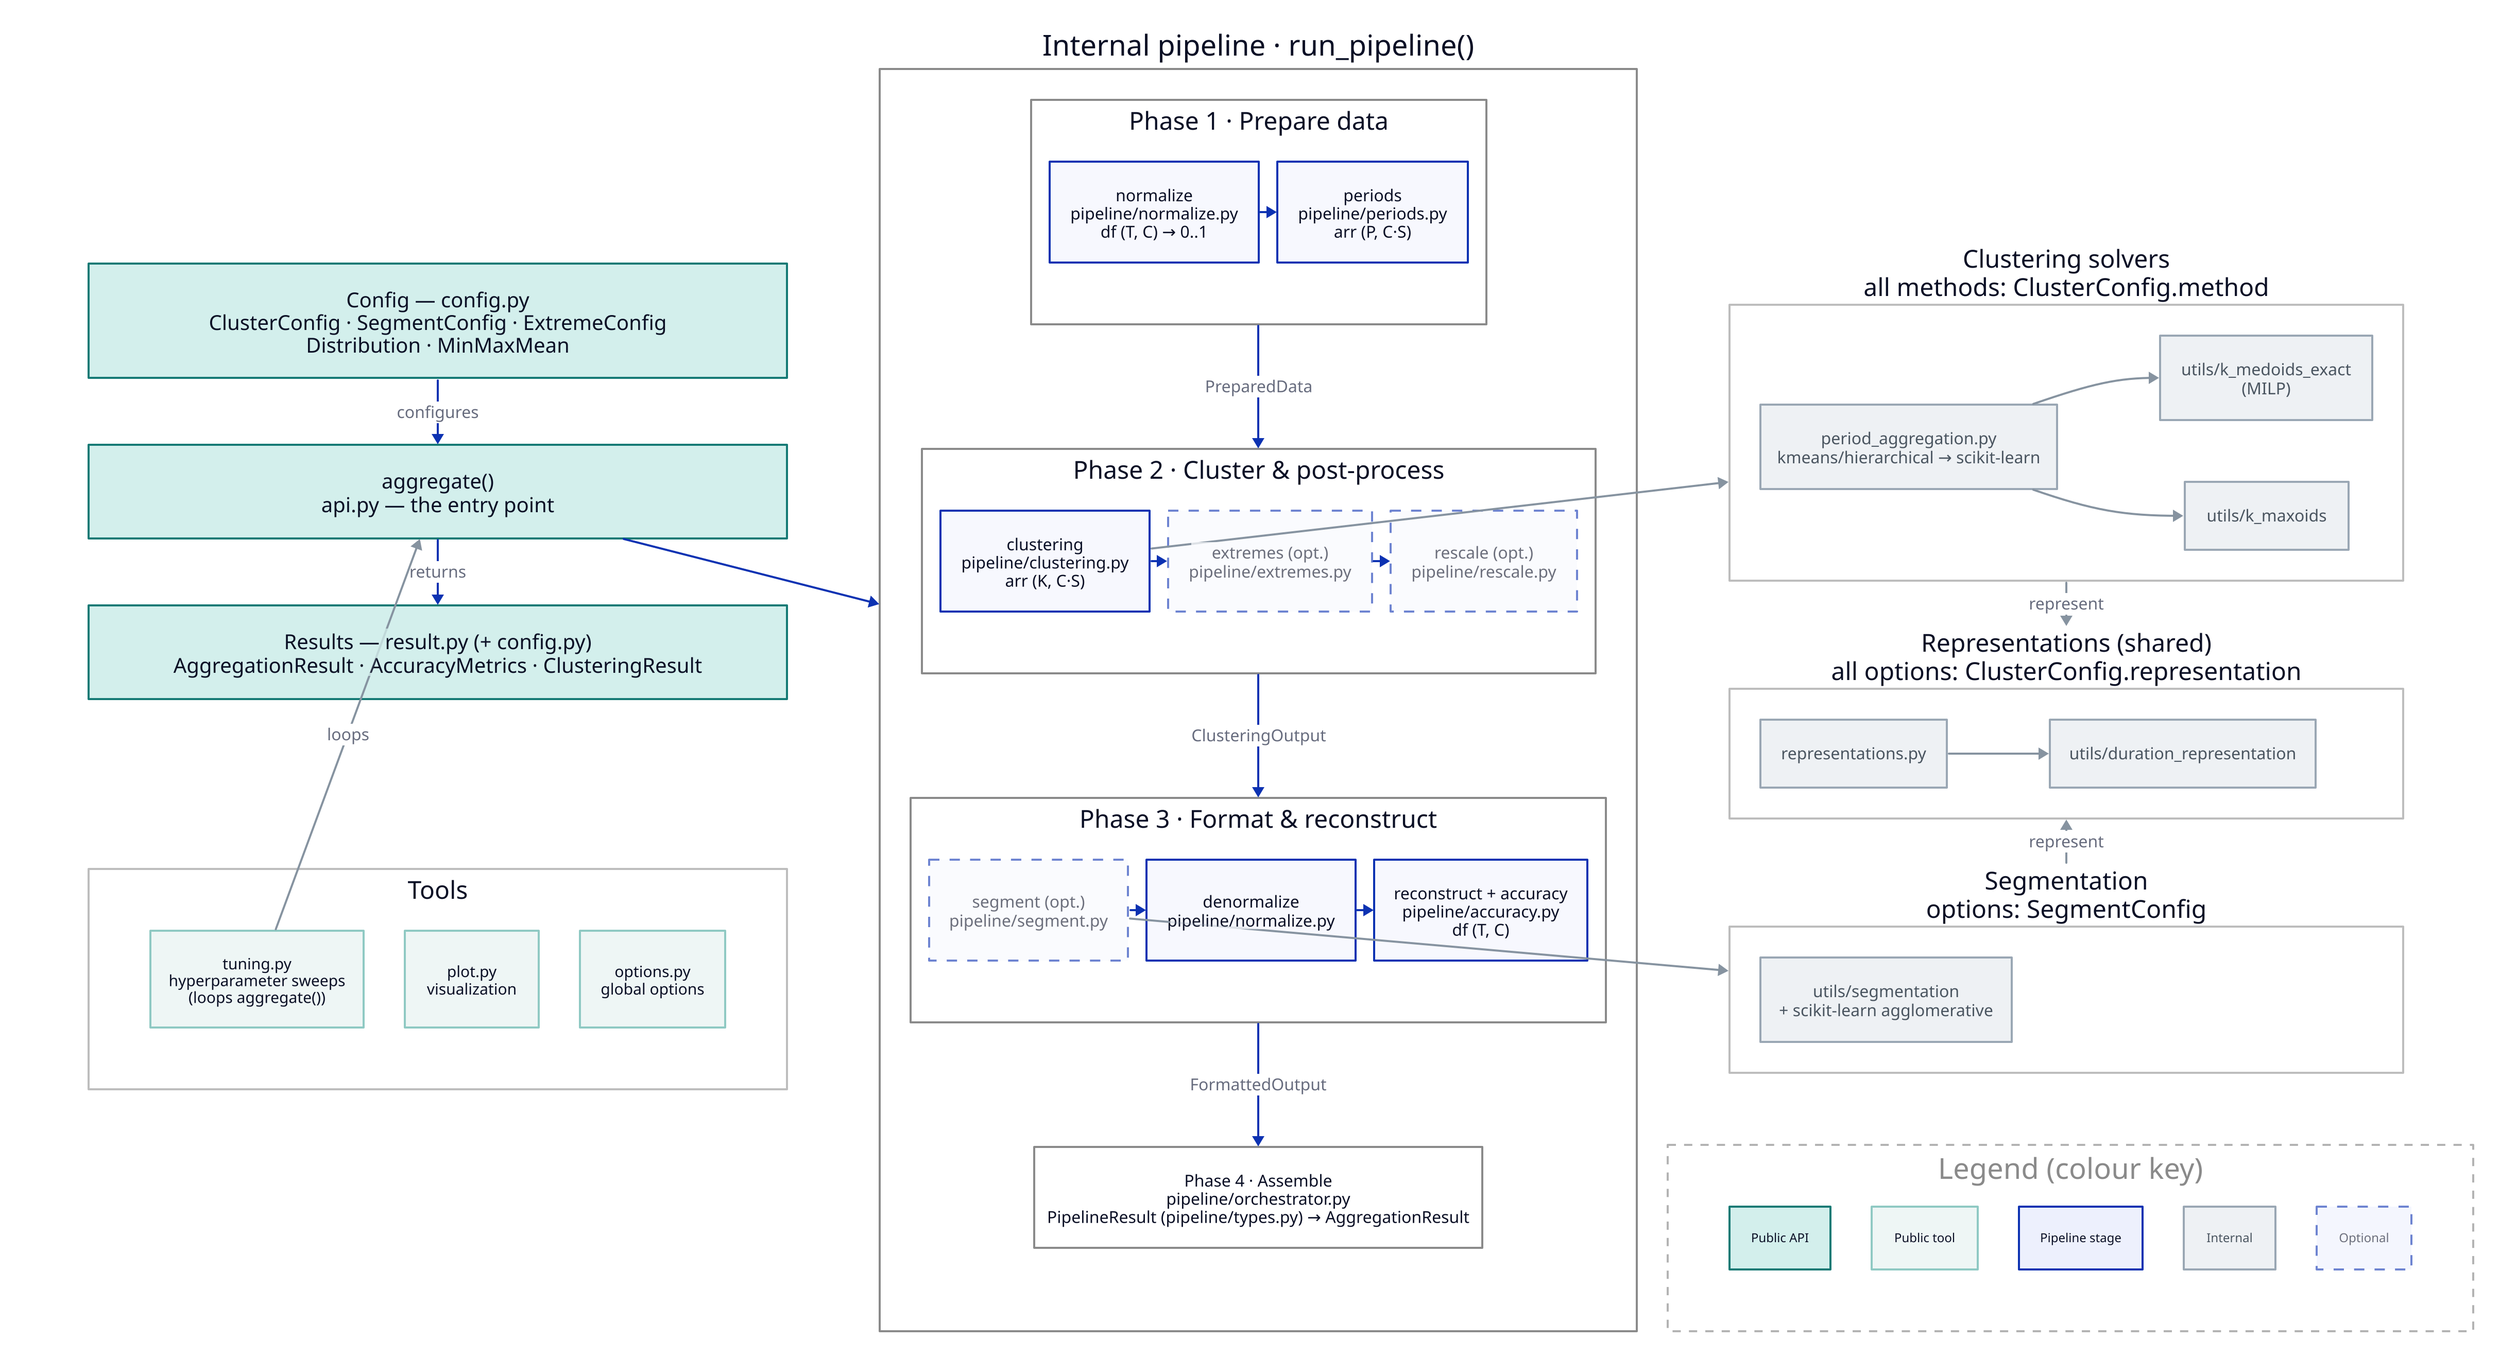
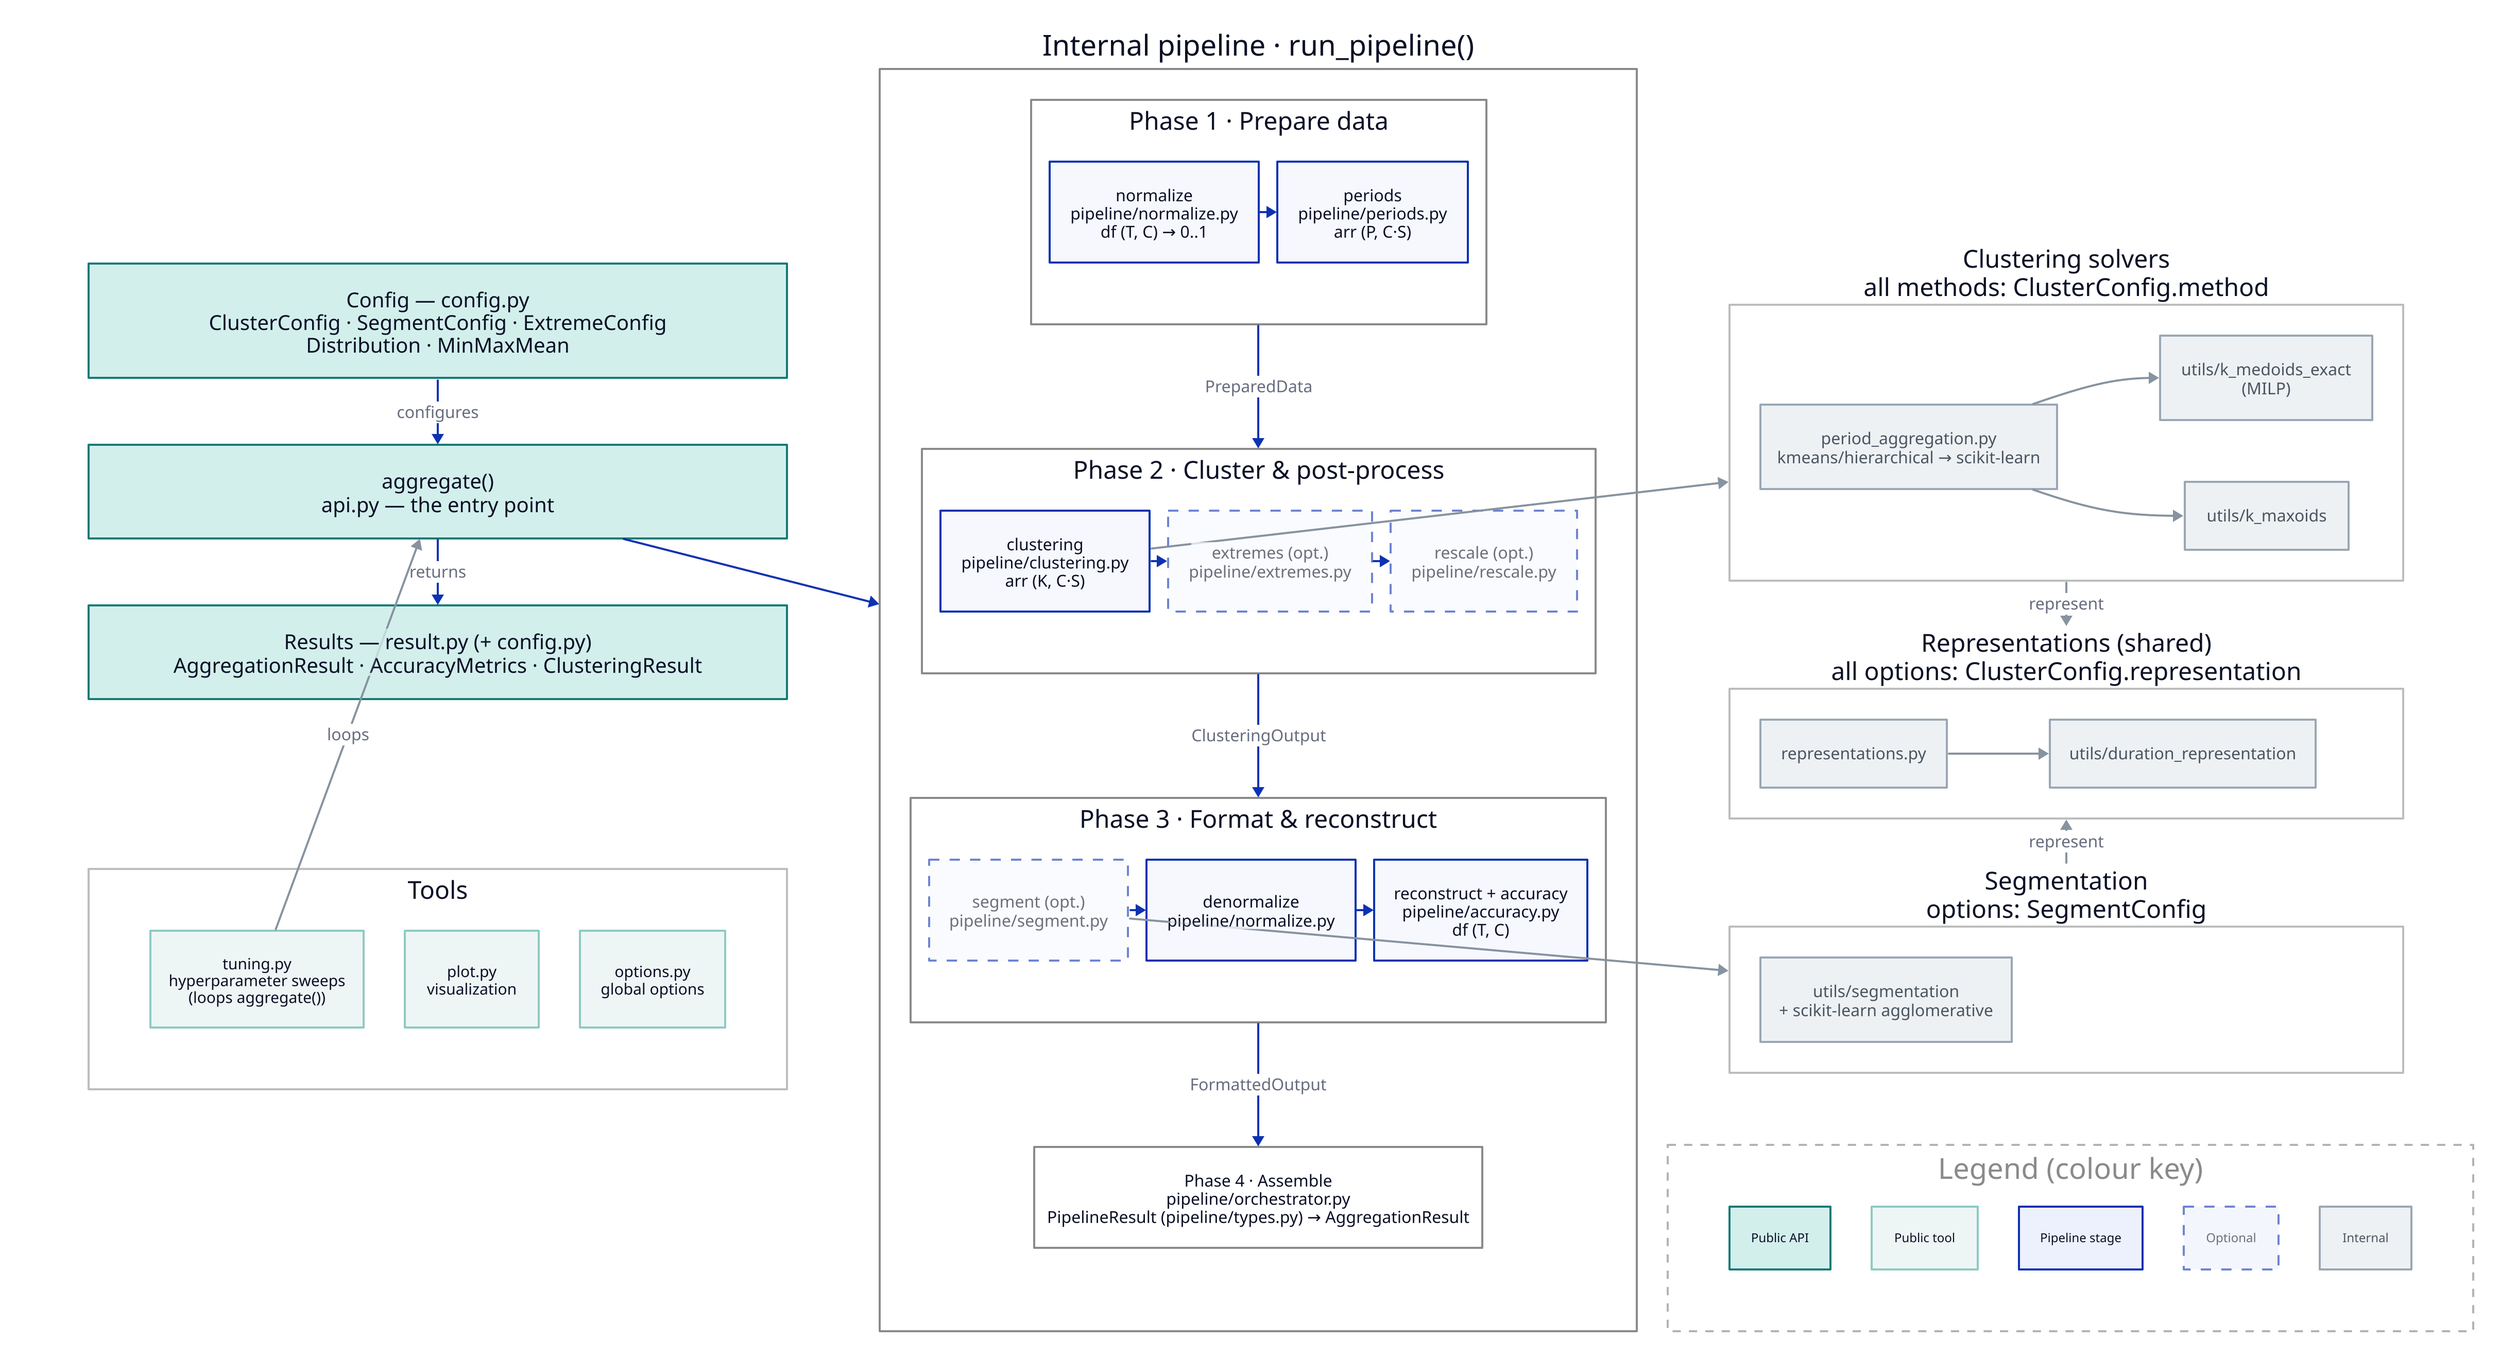
direction: down

vars: {
  d2-config: { pad: 25 }
}

classes: {
  optional_step: { style: { stroke-dash: 5; opacity: 0.6 } }
  group: { style: { fill: transparent; stroke: "#8a8a8a" } }
  side: { style: { fill: transparent; stroke: "#bdbdbd" } }
  pad: { style: { fill: transparent; stroke: transparent } }
  # first-class public API (aggregate + config + results): prominent teal, larger
  public: { style: { fill: "#d3efec"; stroke: "#157a75"; stroke-width: 2; bold: true; font-size: 20 } }
  # secondary public tools (tuning/plot/options): lighter teal
  tool: { style: { fill: "#eef6f5"; stroke: "#8fc9c3"; font-size: 15 } }
  # supporting internal modules outside the phases (backends, auxiliary): muted
  support: { style: { fill: "#eef1f4"; stroke: "#9aa7b4"; font-color: "#4a5560" } }
  # grey connectors
  conn: { style: { stroke: "#8693a0" } }
}

grid-columns: 3
grid-gap: 30
vertical-gap: 25

# ── Left column: public API (config & results, entry) + auxiliary ─────────
lcol: "" {
  class: pad
  grid-rows: 6
  vertical-gap: 65

  pad_top: "" { class: pad }
  cfg: "Config — config.py\nClusterConfig · SegmentConfig · ExtremeConfig\nDistribution · MinMaxMean" { class: public }
  api: "aggregate()\napi.py — the entry point" { class: public }
  res: "Results — result.py (+ config.py)\nAggregationResult · AccuracyMetrics · ClusteringResult" { class: public }
  pad_mid: "" { class: pad; height: 35 }
  tools: "Tools" {
    class: side
    grid-columns: 3
    tune: "tuning.py\nhyperparameter sweeps\n(loops aggregate())" { class: tool }
    plot: "plot.py\nvisualization" { class: tool }
    opts: "options.py\nglobal options" { class: tool }
  }
}

# ── Center column: the run_pipeline() spine ───────────────────────────────
pipeline: "Internal pipeline · run_pipeline()" {
  class: group
  direction: down
  vertical-gap: 25

  p1: "Phase 1 · Prepare data" {
    class: group
    grid-rows: 1
    horizontal-gap: 18
    normalize: "normalize\npipeline/normalize.py\ndf (T, C) → 0..1"
    periods: "periods\npipeline/periods.py\narr (P, C·S)"
    normalize -> periods
  }
  p2: "Phase 2 · Cluster & post-process" {
    class: group
    grid-rows: 1
    horizontal-gap: 18
    clustering: "clustering\npipeline/clustering.py\narr (K, C·S)"
    extremes: "extremes (opt.)\npipeline/extremes.py" { class: optional_step }
    rescale: "rescale (opt.)\npipeline/rescale.py" { class: optional_step }
    clustering -> extremes
    extremes -> rescale
  }
  p3: "Phase 3 · Format & reconstruct" {
    class: group
    grid-rows: 1
    horizontal-gap: 18
    segment: "segment (opt.)\npipeline/segment.py" { class: optional_step }
    denorm: "denormalize\npipeline/normalize.py"
    accuracy: "reconstruct + accuracy\npipeline/accuracy.py\ndf (T, C)"
    segment -> denorm
    denorm -> accuracy
  }
  p4: "Phase 4 · Assemble\npipeline/orchestrator.py\nPipelineResult (pipeline/types.py) → AggregationResult" { class: group }

  p1 -> p2: "PreparedData"
  p2 -> p3: "ClusteringOutput"
  p3 -> p4: "FormattedOutput"
}

# ── Right column: backends, each group aligned with the step that uses it ─
rcol: "" {
  class: pad
  grid-rows: 5
  vertical-gap: 45

  pad_top: "" { class: pad; height: 120; width: 20 }

  # Clustering-only: period_aggregation dispatches to the medoid/maxoid solvers
  # (kmeans/hierarchical go to scikit-learn).
  clu_solvers: "Clustering solvers\nall methods: ClusterConfig.method" {
    class: side
    direction: right
    pa: "period_aggregation.py\nkmeans/hierarchical → scikit-learn" { class: support }
    kmex: "utils/k_medoids_exact\n(MILP)" { class: support }
    kmax: "utils/k_maxoids" { class: support }
    pa -> kmex { class: conn }
    pa -> kmax { class: conn }
  }

  # Shared by clustering AND segmentation.
  reps: "Representations (shared)\nall options: ClusterConfig.representation" {
    class: side
    direction: right
    rep: "representations.py" { class: support }
    dur: "utils/duration_representation" { class: support }
    rep -> dur { class: conn }
  }

  # Segment-only: its own agglomerative clustering (scikit-learn).
  seg_back: "Segmentation\noptions: SegmentConfig" {
    class: side
    segu: "utils/segmentation\n+ scikit-learn agglomerative" { class: support }
  }
}

# ── Legend (colour key) ────────────────────────────────────────────────────
legend: "Legend (colour key)" {
  grid-rows: 1
  style: { stroke-dash: 4; stroke: "#b3b3b3"; fill: transparent; font-color: "#8a8a8a" }
  le_pub: "Public API" { class: public; style.font-size: 12 }
  le_tool: "Public tool" { class: tool; style.font-size: 12 }
  le_flow: "Pipeline stage" { class: default; style.font-size: 12 }
+   le_opt: "Optional" { class: optional_step; style.font-size: 12 }
  le_sup: "Internal" { class: support; style.font-size: 12 }
-   le_opt: "Optional" { class: optional_step; style.font-size: 12 }
}

# ── Cross-column edges ─────────────────────────────────────────────────────
lcol.cfg -> lcol.api: "configures"
lcol.api -> lcol.res: "returns"
lcol.tools.tune -> lcol.api: "loops" { class: conn }
lcol.api -> pipeline
pipeline.p2.clustering -> rcol.clu_solvers { class: conn }
pipeline.p3.segment -> rcol.seg_back { class: conn }
rcol.clu_solvers -> rcol.reps: "represent" { class: conn }
rcol.seg_back -> rcol.reps: "represent" { class: conn }
